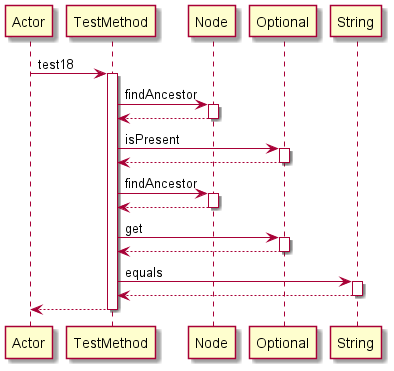
Above: Diagrams/REFLECTION/test18.png in manucapo/Gardener (PlantUML), before the change.
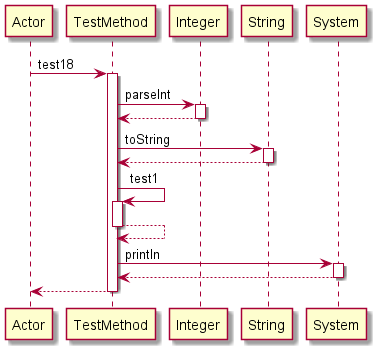
After the commit.

What changed in the source:
```diff
@@ -2,25 +2,21 @@
 participant Actor
 Actor -> TestMethod: test18
 activate TestMethod
-TestMethod -> Node: findAncestor
-activate Node
-Node-->TestMethod
-deactivate Node
-TestMethod -> Optional: isPresent
-activate Optional
-Optional-->TestMethod
-deactivate Optional
-TestMethod -> Node: findAncestor
-activate Node
-Node-->TestMethod
-deactivate Node
-TestMethod -> Optional: get
-activate Optional
-Optional-->TestMethod
-deactivate Optional
-TestMethod -> String: equals
+TestMethod -> Integer: parseInt
+activate Integer
+Integer-->TestMethod
+deactivate Integer
+TestMethod -> String: toString
 activate String
 String-->TestMethod
 deactivate String
+TestMethod -> TestMethod: test1
+activate TestMethod
+TestMethod-->TestMethod
+deactivate TestMethod
+TestMethod -> System: println
+activate System
+System-->TestMethod
+deactivate System
 return
 @enduml
```
